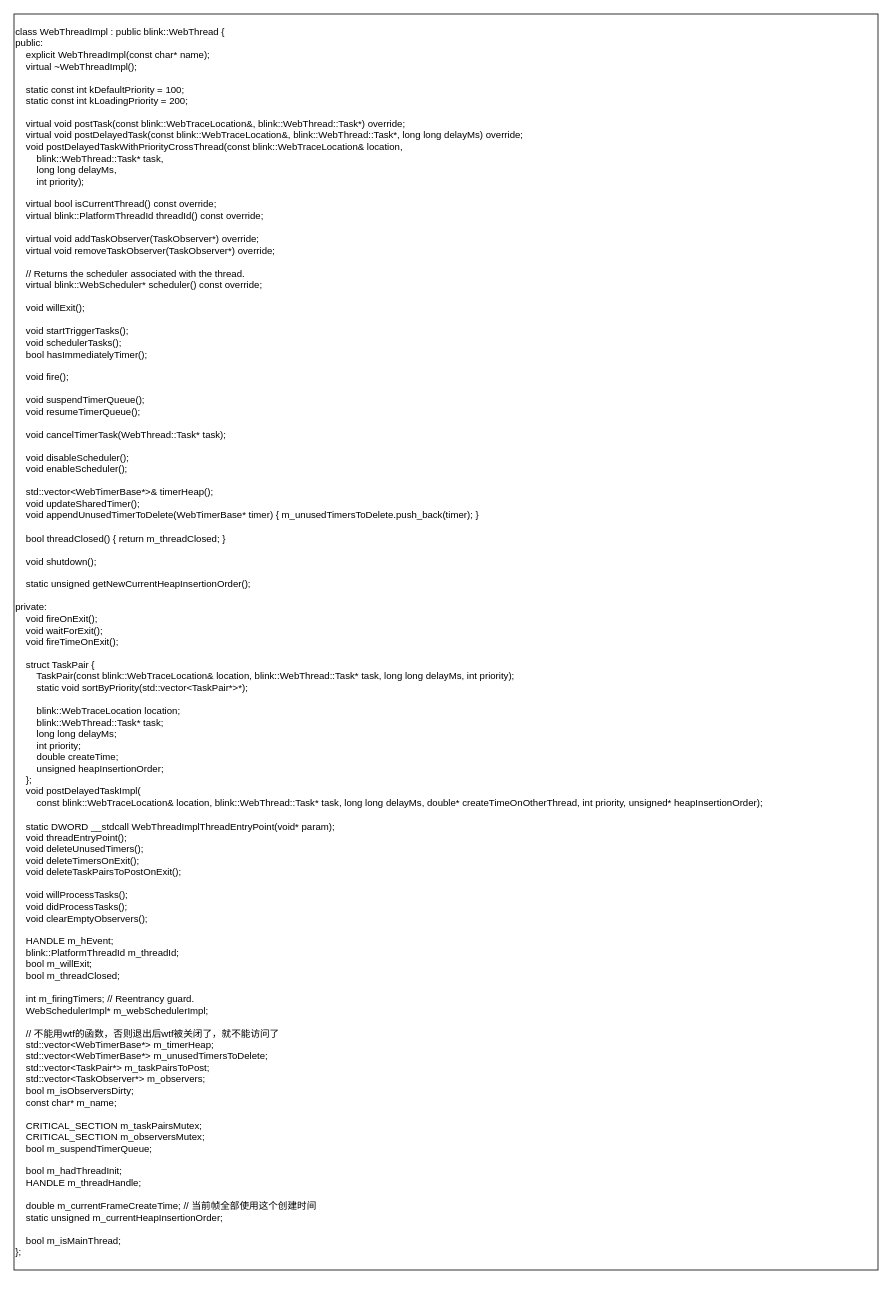
This is webthreadimpl.drawio from yuhaishenedc/drawio, a draw.io file, before an edit. Source tidied: cells renumbered, new cells numbered last; positions are measured from the earlier drawing's top-left corner, leaving out a move shared by most shapes. Both pictures are drawn from the tidied source at 80%, with x=0, y=0 at pixel (14, 14).
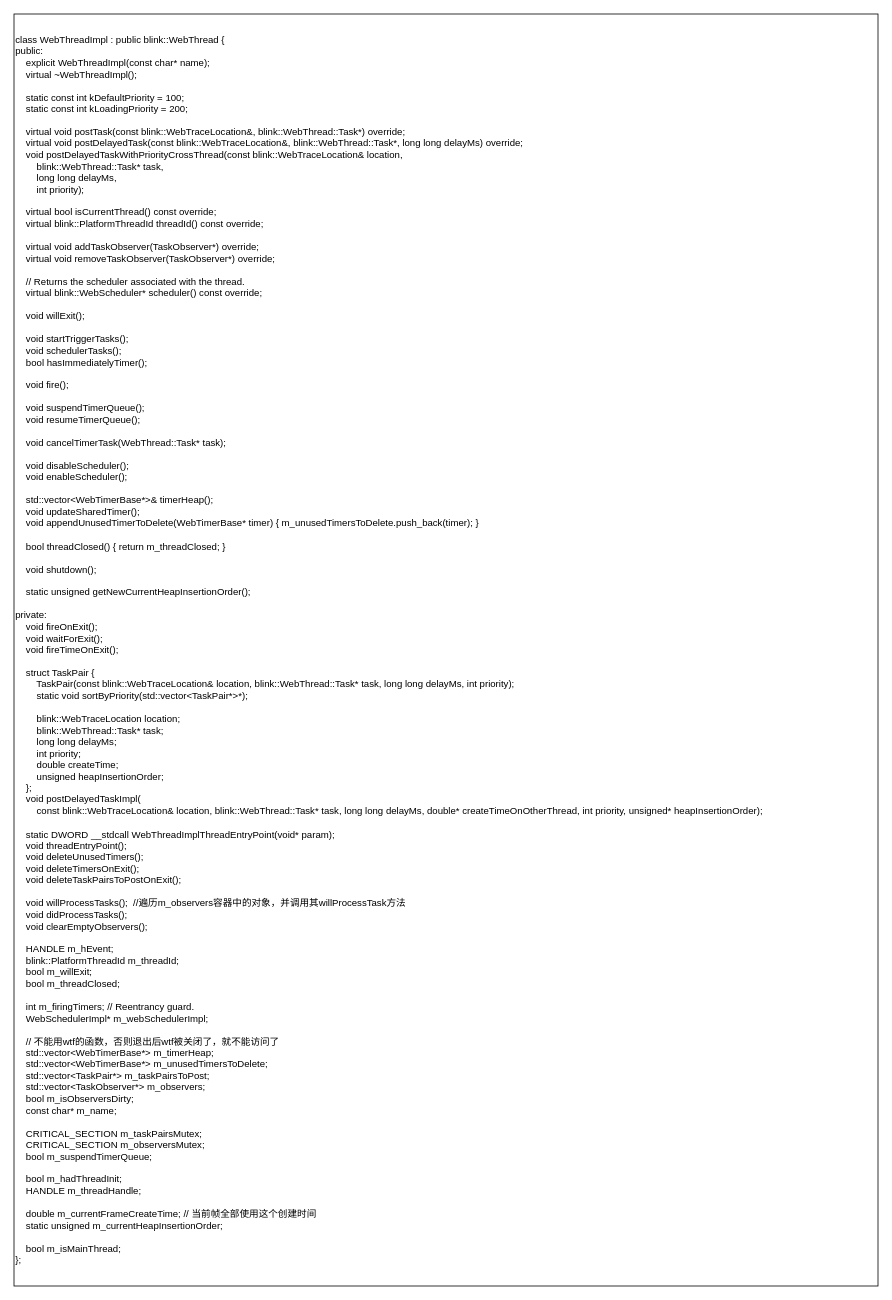
The same page after the edit.

Commit message:
添加willProcessTask函数的注释

Change to the diagram source:
```diff
@@
 <mxGraphModel>
   <root>
     <mxCell id="0" />
     <mxCell id="1" parent="0" />
-    <mxCell id="2" value="&lt;div&gt;class WebThreadImpl : public blink::WebThread {&lt;/div&gt;&lt;div&gt;public:&lt;/div&gt;&lt;div&gt;&amp;nbsp; &amp;nbsp; explicit WebThreadImpl(const char* name);&lt;/div&gt;&lt;div&gt;&amp;nbsp; &amp;nbsp; virtual ~WebThreadImpl();&lt;/div&gt;&lt;div&gt;&amp;nbsp; &amp;nbsp;&amp;nbsp;&lt;/div&gt;&lt;div&gt;&amp;nbsp; &amp;nbsp; static const int kDefaultPriority = 100;&lt;/div&gt;&lt;div&gt;&amp;nbsp; &amp;nbsp; static const int kLoadingPriority = 200;&lt;/div&gt;&lt;div&gt;&lt;br&gt;&lt;/div&gt;&lt;div&gt;&amp;nbsp; &amp;nbsp; virtual void postTask(const blink::WebTraceLocation&amp;amp;, blink::WebThread::Task*) override;&lt;/div&gt;&lt;div&gt;&amp;nbsp; &amp;nbsp; virtual void postDelayedTask(const blink::WebTraceLocation&amp;amp;, blink::WebThread::Task*, long long delayMs) override;&lt;/div&gt;&lt;div&gt;&amp;nbsp; &amp;nbsp; void postDelayedTaskWithPriorityCrossThread(const blink::WebTraceLocation&amp;amp; location,&lt;/div&gt;&lt;div&gt;&amp;nbsp; &amp;nbsp; &amp;nbsp; &amp;nbsp; blink::WebThread::Task* task,&lt;/div&gt;&lt;div&gt;&amp;nbsp; &amp;nbsp; &amp;nbsp; &amp;nbsp; long long delayMs,&lt;/div&gt;&lt;div&gt;&amp;nbsp; &amp;nbsp; &amp;nbsp; &amp;nbsp; int priority);&lt;/div&gt;&lt;div&gt;&lt;br&gt;&lt;/div&gt;&lt;div&gt;&amp;nbsp; &amp;nbsp; virtual bool isCurrentThread() const override;&lt;/div&gt;&lt;div&gt;&amp;nbsp; &amp;nbsp; virtual blink::PlatformThreadId threadId() const override;&lt;/div&gt;&lt;div&gt;&lt;br&gt;&lt;/div&gt;&lt;div&gt;&amp;nbsp; &amp;nbsp; virtual void addTaskObserver(TaskObserver*) override;&lt;/div&gt;&lt;div&gt;&amp;nbsp; &amp;nbsp; virtual void removeTaskObserver(TaskObserver*) override;&lt;/div&gt;&lt;div&gt;&lt;br&gt;&lt;/div&gt;&lt;div&gt;&amp;nbsp; &amp;nbsp; // Returns the scheduler associated with the thread.&lt;/div&gt;&lt;div&gt;&amp;nbsp; &amp;nbsp; virtual blink::WebScheduler* scheduler() const override;&lt;/div&gt;&lt;div&gt;&lt;br&gt;&lt;/div&gt;&lt;div&gt;&amp;nbsp; &amp;nbsp; void willExit();&lt;/div&gt;&lt;div&gt;&lt;br&gt;&lt;/div&gt;&lt;div&gt;&amp;nbsp; &amp;nbsp; void startTriggerTasks();&lt;/div&gt;&lt;div&gt;&amp;nbsp; &amp;nbsp; void schedulerTasks();&lt;/div&gt;&lt;div&gt;&amp;nbsp; &amp;nbsp; bool hasImmediatelyTimer();&lt;/div&gt;&lt;div&gt;&lt;br&gt;&lt;/div&gt;&lt;div&gt;&amp;nbsp; &amp;nbsp; void fire();&lt;/div&gt;&lt;div&gt;&amp;nbsp; &amp;nbsp;&amp;nbsp;&lt;/div&gt;&lt;div&gt;&amp;nbsp; &amp;nbsp; void suspendTimerQueue();&lt;/div&gt;&lt;div&gt;&amp;nbsp; &amp;nbsp; void resumeTimerQueue();&lt;/div&gt;&lt;div&gt;&lt;br&gt;&lt;/div&gt;&lt;div&gt;&amp;nbsp; &amp;nbsp; void cancelTimerTask(WebThread::Task* task);&lt;/div&gt;&lt;div&gt;&lt;br&gt;&lt;/div&gt;&lt;div&gt;&amp;nbsp; &amp;nbsp; void disableScheduler();&lt;/div&gt;&lt;div&gt;&amp;nbsp; &amp;nbsp; void enableScheduler();&lt;/div&gt;&lt;div&gt;&lt;br&gt;&lt;/div&gt;&lt;div&gt;&amp;nbsp; &amp;nbsp; std::vector&amp;lt;WebTimerBase*&amp;gt;&amp;amp; timerHeap();&lt;/div&gt;&lt;div&gt;&amp;nbsp; &amp;nbsp; void updateSharedTimer();&lt;/div&gt;&lt;div&gt;&amp;nbsp; &amp;nbsp; void appendUnusedTimerToDelete(WebTimerBase* timer) { m_unusedTimersToDelete.push_back(timer); }&lt;/div&gt;&lt;div&gt;&lt;br&gt;&lt;/div&gt;&lt;div&gt;&amp;nbsp; &amp;nbsp; bool threadClosed() { return m_threadClosed; }&lt;/div&gt;&lt;div&gt;&lt;br&gt;&lt;/div&gt;&lt;div&gt;&amp;nbsp; &amp;nbsp; void shutdown();&lt;/div&gt;&lt;div&gt;&lt;br&gt;&lt;/div&gt;&lt;div&gt;&amp;nbsp; &amp;nbsp; static unsigned getNewCurrentHeapInsertionOrder();&lt;/div&gt;&lt;div&gt;&lt;br&gt;&lt;/div&gt;&lt;div&gt;private:&lt;/div&gt;&lt;div&gt;&amp;nbsp; &amp;nbsp; void fireOnExit();&lt;/div&gt;&lt;div&gt;&amp;nbsp; &amp;nbsp; void waitForExit();&lt;/div&gt;&lt;div&gt;&amp;nbsp; &amp;nbsp; void fireTimeOnExit();&lt;/div&gt;&lt;div&gt;&lt;br&gt;&lt;/div&gt;&lt;div&gt;&amp;nbsp; &amp;nbsp; struct TaskPair {&lt;/div&gt;&lt;div&gt;&amp;nbsp; &amp;nbsp; &amp;nbsp; &amp;nbsp; TaskPair(const blink::WebTraceLocation&amp;amp; location, blink::WebThread::Task* task, long long delayMs, int priority);&lt;/div&gt;&lt;div&gt;&amp;nbsp; &amp;nbsp; &amp;nbsp; &amp;nbsp; static void sortByPriority(std::vector&amp;lt;TaskPair*&amp;gt;*);&lt;/div&gt;&lt;div&gt;&lt;br&gt;&lt;/div&gt;&lt;div&gt;&amp;nbsp; &amp;nbsp; &amp;nbsp; &amp;nbsp; blink::WebTraceLocation location;&lt;/div&gt;&lt;div&gt;&amp;nbsp; &amp;nbsp; &amp;nbsp; &amp;nbsp; blink::WebThread::Task* task;&lt;/div&gt;&lt;div&gt;&amp;nbsp; &amp;nbsp; &amp;nbsp; &amp;nbsp; long long delayMs;&lt;/div&gt;&lt;div&gt;&amp;nbsp; &amp;nbsp; &amp;nbsp; &amp;nbsp; int priority;&lt;/div&gt;&lt;div&gt;&amp;nbsp; &amp;nbsp; &amp;nbsp; &amp;nbsp; double createTime;&lt;/div&gt;&lt;div&gt;&amp;nbsp; &amp;nbsp; &amp;nbsp; &amp;nbsp; unsigned heapInsertionOrder;&lt;/div&gt;&lt;div&gt;&amp;nbsp; &amp;nbsp; };&lt;/div&gt;&lt;div&gt;&amp;nbsp; &amp;nbsp; void postDelayedTaskImpl(&lt;/div&gt;&lt;div&gt;&amp;nbsp; &amp;nbsp; &amp;nbsp; &amp;nbsp; const blink::WebTraceLocation&amp;amp; location, blink::WebThread::Task* task, long long delayMs, double* createTimeOnOtherThread, int priority, unsigned* heapInsertionOrder);&lt;/div&gt;&lt;div&gt;&amp;nbsp; &amp;nbsp;&amp;nbsp;&lt;/div&gt;&lt;div&gt;&amp;nbsp; &amp;nbsp; static DWORD __stdcall WebThreadImplThreadEntryPoint(void* param);&lt;/div&gt;&lt;div&gt;&amp;nbsp; &amp;nbsp; void threadEntryPoint();&lt;/div&gt;&lt;div&gt;&amp;nbsp; &amp;nbsp; void deleteUnusedTimers();&lt;/div&gt;&lt;div&gt;&amp;nbsp; &amp;nbsp; void deleteTimersOnExit();&lt;/div&gt;&lt;div&gt;&amp;nbsp; &amp;nbsp; void deleteTaskPairsToPostOnExit();&lt;/div&gt;&lt;div&gt;&lt;br&gt;&lt;/div&gt;&lt;div&gt;&amp;nbsp; &amp;nbsp; void willProcessTasks();&lt;/div&gt;&lt;div&gt;&amp;nbsp; &amp;nbsp; void didProcessTasks();&lt;/div&gt;&lt;div&gt;&amp;nbsp; &amp;nbsp; void clearEmptyObservers();&lt;/div&gt;&lt;div&gt;&lt;br&gt;&lt;/div&gt;&lt;div&gt;&amp;nbsp; &amp;nbsp; HANDLE m_hEvent;&lt;/div&gt;&lt;div&gt;&amp;nbsp; &amp;nbsp; blink::PlatformThreadId m_threadId;&lt;/div&gt;&lt;div&gt;&amp;nbsp; &amp;nbsp; bool m_willExit;&lt;/div&gt;&lt;div&gt;&amp;nbsp; &amp;nbsp; bool m_threadClosed;&lt;/div&gt;&lt;div&gt;&lt;br&gt;&lt;/div&gt;&lt;div&gt;&amp;nbsp; &amp;nbsp; int m_firingTimers; // Reentrancy guard.&lt;/div&gt;&lt;div&gt;&amp;nbsp; &amp;nbsp; WebSchedulerImpl* m_webSchedulerImpl;&lt;/div&gt;&lt;div&gt;&lt;br&gt;&lt;/div&gt;&lt;div&gt;&amp;nbsp; &amp;nbsp; // 不能用wtf的函数，否则退出后wtf被关闭了，就不能访问了&lt;/div&gt;&lt;div&gt;&amp;nbsp; &amp;nbsp; std::vector&amp;lt;WebTimerBase*&amp;gt; m_timerHeap;&lt;/div&gt;&lt;div&gt;&amp;nbsp; &amp;nbsp; std::vector&amp;lt;WebTimerBase*&amp;gt; m_unusedTimersToDelete;&lt;/div&gt;&lt;div&gt;&amp;nbsp; &amp;nbsp; std::vector&amp;lt;TaskPair*&amp;gt; m_taskPairsToPost;&lt;/div&gt;&lt;div&gt;&amp;nbsp; &amp;nbsp; std::vector&amp;lt;TaskObserver*&amp;gt; m_observers;&lt;/div&gt;&lt;div&gt;&amp;nbsp; &amp;nbsp; bool m_isObserversDirty;&lt;/div&gt;&lt;div&gt;&amp;nbsp; &amp;nbsp; const char* m_name;&lt;/div&gt;&lt;div&gt;&lt;br&gt;&lt;/div&gt;&lt;div&gt;&amp;nbsp; &amp;nbsp; CRITICAL_SECTION m_taskPairsMutex;&lt;/div&gt;&lt;div&gt;&amp;nbsp; &amp;nbsp; CRITICAL_SECTION m_observersMutex;&lt;/div&gt;&lt;div&gt;&amp;nbsp; &amp;nbsp; bool m_suspendTimerQueue;&lt;/div&gt;&lt;div&gt;&lt;br&gt;&lt;/div&gt;&lt;div&gt;&amp;nbsp; &amp;nbsp; bool m_hadThreadInit;&lt;/div&gt;&lt;div&gt;&amp;nbsp; &amp;nbsp; HANDLE m_threadHandle;&lt;/div&gt;&lt;div&gt;&lt;br&gt;&lt;/div&gt;&lt;div&gt;&amp;nbsp; &amp;nbsp; double m_currentFrameCreateTime; // 当前帧全部使用这个创建时间&lt;/div&gt;&lt;div&gt;&amp;nbsp; &amp;nbsp; static unsigned m_currentHeapInsertionOrder;&lt;/div&gt;&lt;div&gt;&lt;br&gt;&lt;/div&gt;&lt;div&gt;&amp;nbsp; &amp;nbsp; bool m_isMainThread;&lt;/div&gt;&lt;div&gt;};&lt;/div&gt;" style="rounded=0;whiteSpace=wrap;html=1;align=left;" parent="1" vertex="1">
-      <mxGeometry width="1080" height="1570" as="geometry" />
+    <mxCell id="2" value="&lt;div&gt;class WebThreadImpl : public blink::WebThread {&lt;/div&gt;&lt;div&gt;public:&lt;/div&gt;&lt;div&gt;&amp;nbsp; &amp;nbsp; explicit WebThreadImpl(const char* name);&lt;/div&gt;&lt;div&gt;&amp;nbsp; &amp;nbsp; virtual ~WebThreadImpl();&lt;/div&gt;&lt;div&gt;&amp;nbsp; &amp;nbsp;&amp;nbsp;&lt;/div&gt;&lt;div&gt;&amp;nbsp; &amp;nbsp; static const int kDefaultPriority = 100;&lt;/div&gt;&lt;div&gt;&amp;nbsp; &amp;nbsp; static const int kLoadingPriority = 200;&lt;/div&gt;&lt;div&gt;&lt;br&gt;&lt;/div&gt;&lt;div&gt;&amp;nbsp; &amp;nbsp; virtual void postTask(const blink::WebTraceLocation&amp;amp;, blink::WebThread::Task*) override;&lt;/div&gt;&lt;div&gt;&amp;nbsp; &amp;nbsp; virtual void postDelayedTask(const blink::WebTraceLocation&amp;amp;, blink::WebThread::Task*, long long delayMs) override;&lt;/div&gt;&lt;div&gt;&amp;nbsp; &amp;nbsp; void postDelayedTaskWithPriorityCrossThread(const blink::WebTraceLocation&amp;amp; location,&lt;/div&gt;&lt;div&gt;&amp;nbsp; &amp;nbsp; &amp;nbsp; &amp;nbsp; blink::WebThread::Task* task,&lt;/div&gt;&lt;div&gt;&amp;nbsp; &amp;nbsp; &amp;nbsp; &amp;nbsp; long long delayMs,&lt;/div&gt;&lt;div&gt;&amp;nbsp; &amp;nbsp; &amp;nbsp; &amp;nbsp; int priority);&lt;/div&gt;&lt;div&gt;&lt;br&gt;&lt;/div&gt;&lt;div&gt;&amp;nbsp; &amp;nbsp; virtual bool isCurrentThread() const override;&lt;/div&gt;&lt;div&gt;&amp;nbsp; &amp;nbsp; virtual blink::PlatformThreadId threadId() const override;&lt;/div&gt;&lt;div&gt;&lt;br&gt;&lt;/div&gt;&lt;div&gt;&amp;nbsp; &amp;nbsp; virtual void addTaskObserver(TaskObserver*) override;&lt;/div&gt;&lt;div&gt;&amp;nbsp; &amp;nbsp; virtual void removeTaskObserver(TaskObserver*) override;&lt;/div&gt;&lt;div&gt;&lt;br&gt;&lt;/div&gt;&lt;div&gt;&amp;nbsp; &amp;nbsp; // Returns the scheduler associated with the thread.&lt;/div&gt;&lt;div&gt;&amp;nbsp; &amp;nbsp; virtual blink::WebScheduler* scheduler() const override;&lt;/div&gt;&lt;div&gt;&lt;br&gt;&lt;/div&gt;&lt;div&gt;&amp;nbsp; &amp;nbsp; void willExit();&lt;/div&gt;&lt;div&gt;&lt;br&gt;&lt;/div&gt;&lt;div&gt;&amp;nbsp; &amp;nbsp; void startTriggerTasks();&lt;/div&gt;&lt;div&gt;&amp;nbsp; &amp;nbsp; void schedulerTasks();&lt;/div&gt;&lt;div&gt;&amp;nbsp; &amp;nbsp; bool hasImmediatelyTimer();&lt;/div&gt;&lt;div&gt;&lt;br&gt;&lt;/div&gt;&lt;div&gt;&amp;nbsp; &amp;nbsp; void fire();&lt;/div&gt;&lt;div&gt;&amp;nbsp; &amp;nbsp;&amp;nbsp;&lt;/div&gt;&lt;div&gt;&amp;nbsp; &amp;nbsp; void suspendTimerQueue();&lt;/div&gt;&lt;div&gt;&amp;nbsp; &amp;nbsp; void resumeTimerQueue();&lt;/div&gt;&lt;div&gt;&lt;br&gt;&lt;/div&gt;&lt;div&gt;&amp;nbsp; &amp;nbsp; void cancelTimerTask(WebThread::Task* task);&lt;/div&gt;&lt;div&gt;&lt;br&gt;&lt;/div&gt;&lt;div&gt;&amp;nbsp; &amp;nbsp; void disableScheduler();&lt;/div&gt;&lt;div&gt;&amp;nbsp; &amp;nbsp; void enableScheduler();&lt;/div&gt;&lt;div&gt;&lt;br&gt;&lt;/div&gt;&lt;div&gt;&amp;nbsp; &amp;nbsp; std::vector&amp;lt;WebTimerBase*&amp;gt;&amp;amp; timerHeap();&lt;/div&gt;&lt;div&gt;&amp;nbsp; &amp;nbsp; void updateSharedTimer();&lt;/div&gt;&lt;div&gt;&amp;nbsp; &amp;nbsp; void appendUnusedTimerToDelete(WebTimerBase* timer) { m_unusedTimersToDelete.push_back(timer); }&lt;/div&gt;&lt;div&gt;&lt;br&gt;&lt;/div&gt;&lt;div&gt;&amp;nbsp; &amp;nbsp; bool threadClosed() { return m_threadClosed; }&lt;/div&gt;&lt;div&gt;&lt;br&gt;&lt;/div&gt;&lt;div&gt;&amp;nbsp; &amp;nbsp; void shutdown();&lt;/div&gt;&lt;div&gt;&lt;br&gt;&lt;/div&gt;&lt;div&gt;&amp;nbsp; &amp;nbsp; static unsigned getNewCurrentHeapInsertionOrder();&lt;/div&gt;&lt;div&gt;&lt;br&gt;&lt;/div&gt;&lt;div&gt;private:&lt;/div&gt;&lt;div&gt;&amp;nbsp; &amp;nbsp; void fireOnExit();&lt;/div&gt;&lt;div&gt;&amp;nbsp; &amp;nbsp; void waitForExit();&lt;/div&gt;&lt;div&gt;&amp;nbsp; &amp;nbsp; void fireTimeOnExit();&lt;/div&gt;&lt;div&gt;&lt;br&gt;&lt;/div&gt;&lt;div&gt;&amp;nbsp; &amp;nbsp; struct TaskPair {&lt;/div&gt;&lt;div&gt;&amp;nbsp; &amp;nbsp; &amp;nbsp; &amp;nbsp; TaskPair(const blink::WebTraceLocation&amp;amp; location, blink::WebThread::Task* task, long long delayMs, int priority);&lt;/div&gt;&lt;div&gt;&amp;nbsp; &amp;nbsp; &amp;nbsp; &amp;nbsp; static void sortByPriority(std::vector&amp;lt;TaskPair*&amp;gt;*);&lt;/div&gt;&lt;div&gt;&lt;br&gt;&lt;/div&gt;&lt;div&gt;&amp;nbsp; &amp;nbsp; &amp;nbsp; &amp;nbsp; blink::WebTraceLocation location;&lt;/div&gt;&lt;div&gt;&amp;nbsp; &amp;nbsp; &amp;nbsp; &amp;nbsp; blink::WebThread::Task* task;&lt;/div&gt;&lt;div&gt;&amp;nbsp; &amp;nbsp; &amp;nbsp; &amp;nbsp; long long delayMs;&lt;/div&gt;&lt;div&gt;&amp;nbsp; &amp;nbsp; &amp;nbsp; &amp;nbsp; int priority;&lt;/div&gt;&lt;div&gt;&amp;nbsp; &amp;nbsp; &amp;nbsp; &amp;nbsp; double createTime;&lt;/div&gt;&lt;div&gt;&amp;nbsp; &amp;nbsp; &amp;nbsp; &amp;nbsp; unsigned heapInsertionOrder;&lt;/div&gt;&lt;div&gt;&amp;nbsp; &amp;nbsp; };&lt;/div&gt;&lt;div&gt;&amp;nbsp; &amp;nbsp; void postDelayedTaskImpl(&lt;/div&gt;&lt;div&gt;&amp;nbsp; &amp;nbsp; &amp;nbsp; &amp;nbsp; const blink::WebTraceLocation&amp;amp; location, blink::WebThread::Task* task, long long delayMs, double* createTimeOnOtherThread, int priority, unsigned* heapInsertionOrder);&lt;/div&gt;&lt;div&gt;&amp;nbsp; &amp;nbsp;&amp;nbsp;&lt;/div&gt;&lt;div&gt;&amp;nbsp; &amp;nbsp; static DWORD __stdcall WebThreadImplThreadEntryPoint(void* param);&lt;/div&gt;&lt;div&gt;&amp;nbsp; &amp;nbsp; void threadEntryPoint();&lt;/div&gt;&lt;div&gt;&amp;nbsp; &amp;nbsp; void deleteUnusedTimers();&lt;/div&gt;&lt;div&gt;&amp;nbsp; &amp;nbsp; void deleteTimersOnExit();&lt;/div&gt;&lt;div&gt;&amp;nbsp; &amp;nbsp; void deleteTaskPairsToPostOnExit();&lt;/div&gt;&lt;div&gt;&lt;br&gt;&lt;/div&gt;&lt;div&gt;&amp;nbsp; &amp;nbsp; void willProcessTasks();&amp;nbsp; //遍历m_observers容器中的对象，并调用其willProcessTask方法&lt;/div&gt;&lt;div&gt;&amp;nbsp; &amp;nbsp; void didProcessTasks();&lt;/div&gt;&lt;div&gt;&amp;nbsp; &amp;nbsp; void clearEmptyObservers();&lt;/div&gt;&lt;div&gt;&lt;br&gt;&lt;/div&gt;&lt;div&gt;&amp;nbsp; &amp;nbsp; HANDLE m_hEvent;&lt;/div&gt;&lt;div&gt;&amp;nbsp; &amp;nbsp; blink::PlatformThreadId m_threadId;&lt;/div&gt;&lt;div&gt;&amp;nbsp; &amp;nbsp; bool m_willExit;&lt;/div&gt;&lt;div&gt;&amp;nbsp; &amp;nbsp; bool m_threadClosed;&lt;/div&gt;&lt;div&gt;&lt;br&gt;&lt;/div&gt;&lt;div&gt;&amp;nbsp; &amp;nbsp; int m_firingTimers; // Reentrancy guard.&lt;/div&gt;&lt;div&gt;&amp;nbsp; &amp;nbsp; WebSchedulerImpl* m_webSchedulerImpl;&lt;/div&gt;&lt;div&gt;&lt;br&gt;&lt;/div&gt;&lt;div&gt;&amp;nbsp; &amp;nbsp; // 不能用wtf的函数，否则退出后wtf被关闭了，就不能访问了&lt;/div&gt;&lt;div&gt;&amp;nbsp; &amp;nbsp; std::vector&amp;lt;WebTimerBase*&amp;gt; m_timerHeap;&lt;/div&gt;&lt;div&gt;&amp;nbsp; &amp;nbsp; std::vector&amp;lt;WebTimerBase*&amp;gt; m_unusedTimersToDelete;&lt;/div&gt;&lt;div&gt;&amp;nbsp; &amp;nbsp; std::vector&amp;lt;TaskPair*&amp;gt; m_taskPairsToPost;&lt;/div&gt;&lt;div&gt;&amp;nbsp; &amp;nbsp; std::vector&amp;lt;TaskObserver*&amp;gt; m_observers;&lt;/div&gt;&lt;div&gt;&amp;nbsp; &amp;nbsp; bool m_isObserversDirty;&lt;/div&gt;&lt;div&gt;&amp;nbsp; &amp;nbsp; const char* m_name;&lt;/div&gt;&lt;div&gt;&lt;br&gt;&lt;/div&gt;&lt;div&gt;&amp;nbsp; &amp;nbsp; CRITICAL_SECTION m_taskPairsMutex;&lt;/div&gt;&lt;div&gt;&amp;nbsp; &amp;nbsp; CRITICAL_SECTION m_observersMutex;&lt;/div&gt;&lt;div&gt;&amp;nbsp; &amp;nbsp; bool m_suspendTimerQueue;&lt;/div&gt;&lt;div&gt;&lt;br&gt;&lt;/div&gt;&lt;div&gt;&amp;nbsp; &amp;nbsp; bool m_hadThreadInit;&lt;/div&gt;&lt;div&gt;&amp;nbsp; &amp;nbsp; HANDLE m_threadHandle;&lt;/div&gt;&lt;div&gt;&lt;br&gt;&lt;/div&gt;&lt;div&gt;&amp;nbsp; &amp;nbsp; double m_currentFrameCreateTime; // 当前帧全部使用这个创建时间&lt;/div&gt;&lt;div&gt;&amp;nbsp; &amp;nbsp; static unsigned m_currentHeapInsertionOrder;&lt;/div&gt;&lt;div&gt;&lt;br&gt;&lt;/div&gt;&lt;div&gt;&amp;nbsp; &amp;nbsp; bool m_isMainThread;&lt;/div&gt;&lt;div&gt;};&lt;/div&gt;" style="rounded=0;whiteSpace=wrap;html=1;align=left;" parent="1" vertex="1">
+      <mxGeometry width="1080" height="1590" as="geometry" />
     </mxCell>
   </root>
 </mxGraphModel>
```
